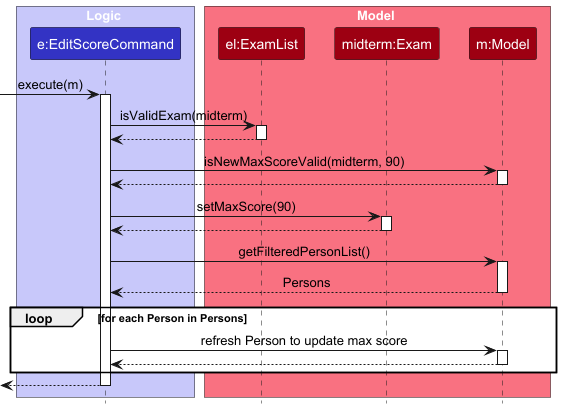
Above: docs/images/EditScoreCommandSequenceDiagram-Model.png in yoyongxuan/tp (PlantUML), before the change. Its diagram source:
```plantuml
@startuml
!include style.puml
skinparam ArrowFontStyle plain

box Logic LOGIC_COLOR_T1
participant "e:EditScoreCommand" as EditScoreCommand LOGIC_COLOR
end box

box Model MODEL_COLOR_T1
participant "el:ExamList" as ExamList MODEL_COLOR
participant "midterm:Exam" as Exam MODEL_COLOR
participant "m:Model" as Model MODEL_COLOR
end box

[-> EditScoreCommand : execute(m)
activate EditScoreCommand

EditScoreCommand -> ExamList : isValidExam(midterm)
activate ExamList

ExamList --> EditScoreCommand
deactivate ExamList

EditScoreCommand -> Model : isNewMaxScoreValid(midterm, 90)
activate Model

Model --> EditScoreCommand
deactivate Model

EditScoreCommand -> Exam : setMaxScore(90)
activate Exam

Exam --> EditScoreCommand
deactivate Exam

EditScoreCommand -> Model : getFilteredPersonList()
activate Model

Model --> EditScoreCommand : Persons
deactivate Model

loop for each Person in Persons
EditScoreCommand -> Model : refresh Person to update max score
activate Model

Model --> EditScoreCommand
deactivate Model
end

[<--EditScoreCommand
deactivate EditScoreCommand
@enduml
```
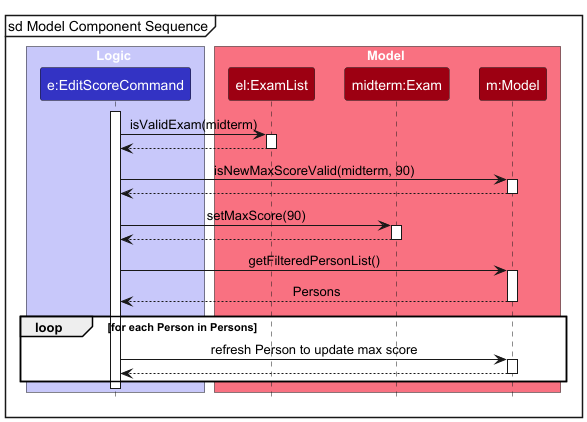
After the change.

Commit message:
Update UML diagrams for EditScoreCommand

Change to the diagram source:
```diff
@@ -1,6 +1,7 @@
 @startuml
 !include style.puml
 skinparam ArrowFontStyle plain
+mainframe sd Model Component Sequence
 
 box Logic LOGIC_COLOR_T1
 participant "e:EditScoreCommand" as EditScoreCommand LOGIC_COLOR
@@ -12,7 +13,6 @@
 participant "m:Model" as Model MODEL_COLOR
 end box
 
-[-> EditScoreCommand : execute(m)
 activate EditScoreCommand
 
 EditScoreCommand -> ExamList : isValidExam(midterm)
@@ -47,6 +47,6 @@
 deactivate Model
 end
 
-[<--EditScoreCommand
+
 deactivate EditScoreCommand
 @enduml
```
